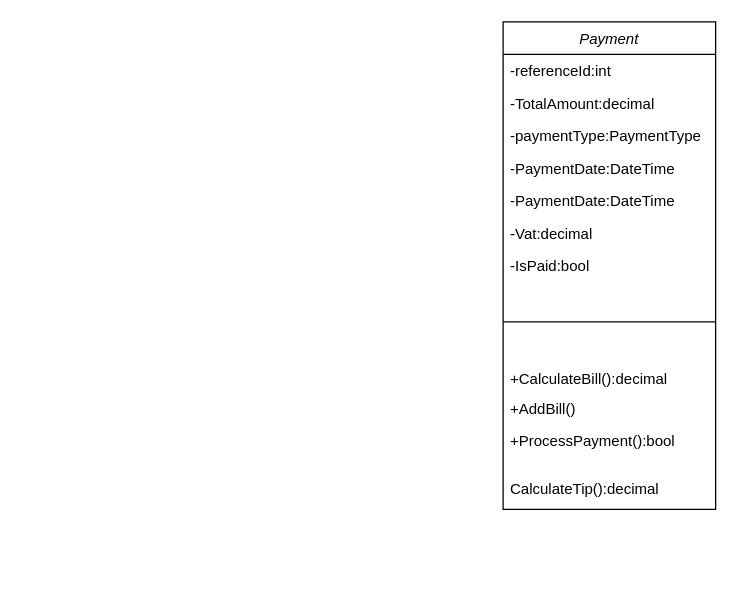
Above: NonCode/PaymentClassDiagram.drawio in WKolasaa/1.4ChapeauV1.0 (draw.io), before the change. Source tidied: cells renumbered, new cells numbered last; positions are measured from the earlier drawing's top-left corner, leaving out a move shared by most shapes. Both pictures are drawn from the tidied source at 125%, with x=0, y=0 at pixel (502, 21).
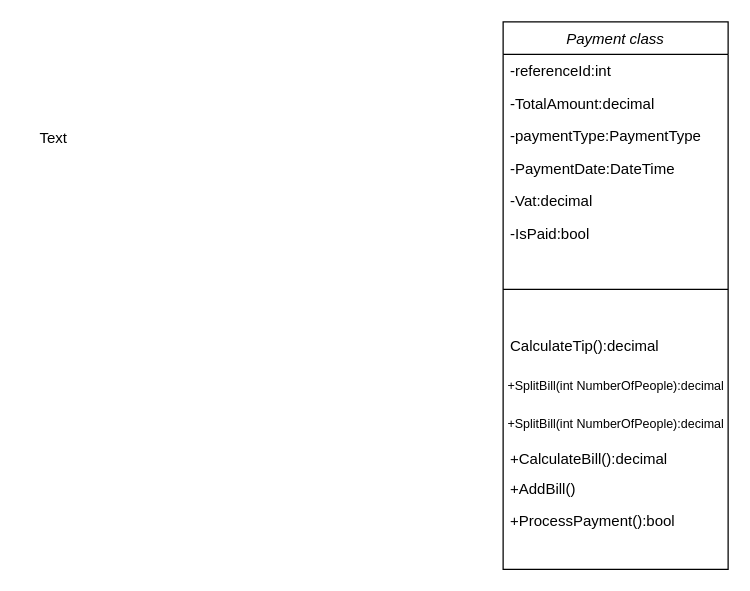
After the change.

The edit, as a diff of the source:
```diff
@@
 <mxGraphModel>
   <root>
     <mxCell id="0" />
     <mxCell id="1" parent="0" />
-    <mxCell id="2" value="Payment" style="swimlane;fontStyle=2;align=center;verticalAlign=top;horizontal=1;startSize=26;rounded=0;shadow=0;strokeWidth=1;" parent="1" vertex="1">
-      <mxGeometry width="170" height="390" as="geometry" />
+    <mxCell id="2" value="Payment class" style="swimlane;fontStyle=2;align=center;verticalAlign=top;horizontal=1;startSize=26;rounded=0;shadow=0;strokeWidth=1;" parent="1" vertex="1">
+      <mxGeometry width="180" height="438" as="geometry" />
     </mxCell>
     <mxCell id="3" value="-referenceId:int" style="text;align=left;verticalAlign=top;spacingLeft=4;spacingRight=4;overflow=hidden;" parent="2" vertex="1">
-      <mxGeometry y="26" width="170" height="26" as="geometry" />
+      <mxGeometry y="26" width="180" height="26" as="geometry" />
     </mxCell>
     <mxCell id="4" value="-TotalAmount:decimal" style="text;align=left;verticalAlign=top;spacingLeft=4;spacingRight=4;overflow=hidden;rounded=0;shadow=0;html=0;" parent="2" vertex="1">
-      <mxGeometry y="52" width="170" height="26" as="geometry" />
+      <mxGeometry y="52" width="180" height="26" as="geometry" />
     </mxCell>
     <mxCell id="5" value="-paymentType:PaymentType" style="text;align=left;verticalAlign=top;spacingLeft=4;spacingRight=4;overflow=hidden;rounded=0;shadow=0;html=0;" parent="2" vertex="1">
-      <mxGeometry y="78" width="170" height="26" as="geometry" />
+      <mxGeometry y="78" width="180" height="26" as="geometry" />
     </mxCell>
     <mxCell id="6" value="-PaymentDate:DateTime" style="text;align=left;verticalAlign=top;spacingLeft=4;spacingRight=4;overflow=hidden;rounded=0;shadow=0;html=0;" parent="2" vertex="1">
-      <mxGeometry y="104" width="170" height="26" as="geometry" />
+      <mxGeometry y="104" width="180" height="26" as="geometry" />
     </mxCell>
-    <mxCell id="7" value="-PaymentDate:DateTime" style="text;align=left;verticalAlign=top;spacingLeft=4;spacingRight=4;overflow=hidden;rounded=0;shadow=0;html=0;" parent="2" vertex="1">
-      <mxGeometry y="130" width="170" height="26" as="geometry" />
-    </mxCell>
     <mxCell id="8" value="-Vat:decimal" style="text;align=left;verticalAlign=top;spacingLeft=4;spacingRight=4;overflow=hidden;rounded=0;shadow=0;html=0;" parent="2" vertex="1">
-      <mxGeometry y="156" width="170" height="26" as="geometry" />
+      <mxGeometry y="130" width="180" height="26" as="geometry" />
     </mxCell>
     <mxCell id="9" value="-IsPaid:bool" style="text;align=left;verticalAlign=top;spacingLeft=4;spacingRight=4;overflow=hidden;rounded=0;shadow=0;html=0;" parent="2" vertex="1">
-      <mxGeometry y="182" width="170" height="26" as="geometry" />
+      <mxGeometry y="156" width="180" height="26" as="geometry" />
     </mxCell>
     <mxCell id="10" style="line;html=1;strokeWidth=1;align=left;verticalAlign=middle;spacingTop=-1;spacingLeft=3;spacingRight=3;labelPosition=right;" parent="2" vertex="1">
-      <mxGeometry y="208" width="170" height="64" as="geometry" />
+      <mxGeometry y="182" width="180" height="64" as="geometry" />
     </mxCell>
+    <mxCell id="14" value="CalculateTip():decimal" style="text;align=left;verticalAlign=top;spacingLeft=4;spacingRight=4;overflow=hidden;rounded=0;shadow=0;html=0;" parent="2" vertex="1">
+      <mxGeometry y="246" width="180" height="30" as="geometry" />
+    </mxCell>
+    <mxCell id="15" value="&lt;font style=&quot;font-size: 10px;&quot;&gt;+SplitBill(int NumberOfPeople):decimal&lt;/font&gt;" style="text;html=1;align=center;verticalAlign=middle;strokeColor=none;fillColor=none;" parent="2" vertex="1">
+      <mxGeometry y="276" width="180" height="30" as="geometry" />
+    </mxCell>
+    <mxCell id="16" value="&lt;font style=&quot;font-size: 10px;&quot;&gt;+SplitBill(int NumberOfPeople):decimal&lt;/font&gt;" style="text;html=1;align=center;verticalAlign=middle;strokeColor=none;fillColor=none;" parent="2" vertex="1">
+      <mxGeometry y="306" width="180" height="30" as="geometry" />
+    </mxCell>
     <mxCell id="11" value="+CalculateBill():decimal" style="text;align=left;verticalAlign=top;spacingLeft=4;spacingRight=4;overflow=hidden;rounded=0;shadow=0;html=0;" parent="2" vertex="1">
-      <mxGeometry y="272" width="170" height="24" as="geometry" />
+      <mxGeometry y="336" width="180" height="24" as="geometry" />
     </mxCell>
     <mxCell id="12" value="+AddBill()" style="text;align=left;verticalAlign=top;spacingLeft=4;spacingRight=4;overflow=hidden;rounded=0;shadow=0;html=0;" parent="2" vertex="1">
-      <mxGeometry y="296" width="170" height="26" as="geometry" />
+      <mxGeometry y="360" width="180" height="26" as="geometry" />
     </mxCell>
     <mxCell id="13" value="+ProcessPayment():bool" style="text;align=left;verticalAlign=top;spacingLeft=4;spacingRight=4;overflow=hidden;rounded=0;shadow=0;html=0;" parent="2" vertex="1">
-      <mxGeometry y="322" width="170" height="26" as="geometry" />
+      <mxGeometry y="386" width="180" height="26" as="geometry" />
     </mxCell>
-    <mxCell id="14" value="CalculateTip():decimal" style="text;align=left;verticalAlign=top;spacingLeft=4;spacingRight=4;overflow=hidden;rounded=0;shadow=0;html=0;" parent="1" vertex="1">
-      <mxGeometry y="360" width="170" height="26" as="geometry" />
-    </mxCell>
+    <mxCell id="17" value="Text" style="text;html=1;align=center;verticalAlign=middle;strokeColor=none;fillColor=none;" parent="1" vertex="1">
+      <mxGeometry x="-385" y="78" width="50" height="30" as="geometry" />
+    </mxCell>
   </root>
 </mxGraphModel>
```
